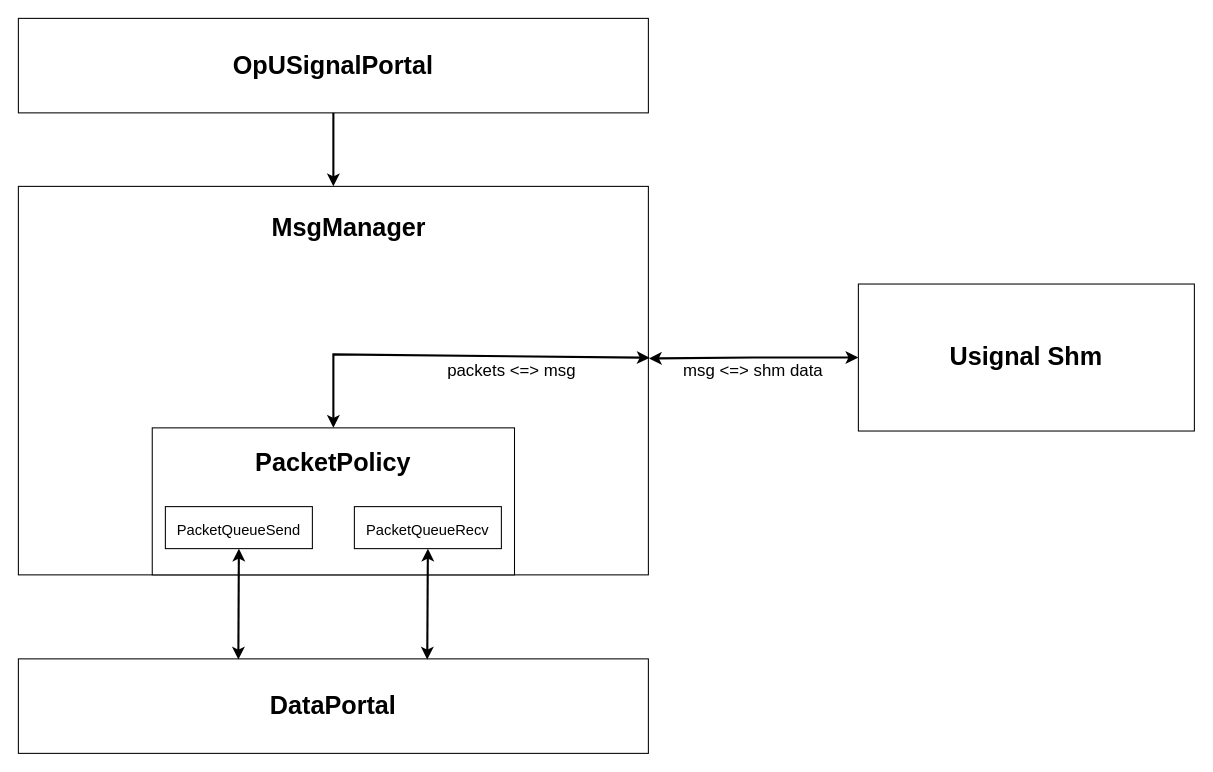
rullox/homework keeps this draw.io diagram as usignal.drawio. Above is the earlier version. Source tidied: cells renumbered, new cells numbered last; positions are measured from the earlier drawing's top-left corner, leaving out a move shared by most shapes. Both pictures are drawn from the tidied source at 105%, with x=0, y=0 at pixel (18, 18).
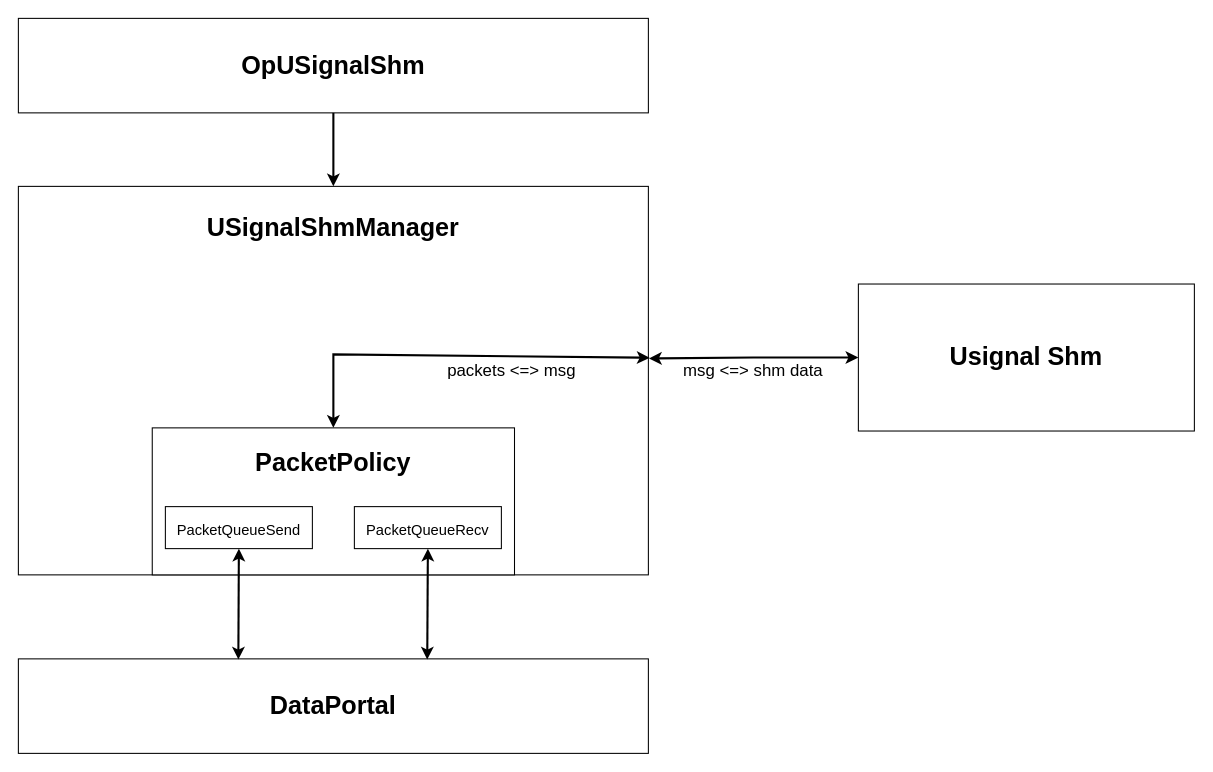
The same page after the edit.

What changed in the source:
```diff
@@
-    <mxCell id="5" value="&lt;h1 style=&quot;text-align: left;&quot;&gt;OpUSignalPortal&lt;/h1&gt;" style="rounded=0;whiteSpace=wrap;html=1;" parent="1" vertex="1">
+    <mxCell id="5" value="&lt;h1 style=&quot;text-align: left;&quot;&gt;OpUSignalShm&lt;/h1&gt;" style="rounded=0;whiteSpace=wrap;html=1;" parent="1" vertex="1">
       <mxGeometry width="600" height="90" as="geometry" />
     </mxCell>
-    <mxCell id="6" value="&lt;h1&gt;&lt;font style=&quot;font-size: 24px;&quot;&gt;MsgManager&lt;/font&gt;&lt;/h1&gt;" style="text;html=1;strokeColor=none;fillColor=none;spacing=5;spacingTop=-20;whiteSpace=wrap;overflow=hidden;rounded=0;fontSize=18;align=center;" parent="1" vertex="1">
-      <mxGeometry x="220" y="160" width="190" height="65" as="geometry" />
+    <mxCell id="6" value="&lt;h1&gt;&lt;font style=&quot;font-size: 24px;&quot;&gt;USignalShmManager&lt;/font&gt;&lt;/h1&gt;" style="text;html=1;strokeColor=none;fillColor=none;spacing=5;spacingTop=-20;whiteSpace=wrap;overflow=hidden;rounded=0;fontSize=18;align=center;" parent="1" vertex="1">
+      <mxGeometry x="160" y="160" width="280" height="65" as="geometry" />
     </mxCell>
```
